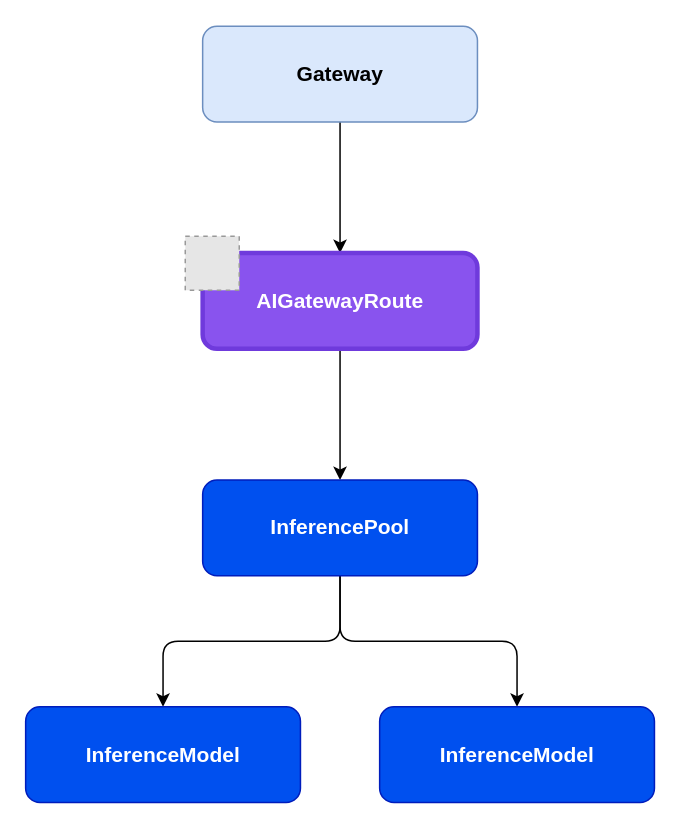
yduwcui/ai-gateway keeps this draw.io diagram as page "aigwroute + inference" (4 of 4) of site/blog/2025/diagram-sources/epp-blog-diagrams.drawio. Above is the earlier version. Source tidied: cells renumbered, new cells numbered last; positions are measured from the earlier drawing's top-left corner, leaving out a move shared by most shapes. Both pictures are drawn from the tidied source at 150%, with x=0, y=0 at pixel (26, 26). Pictures stored in the file or linked from it are replaced by grey dashed boxes.
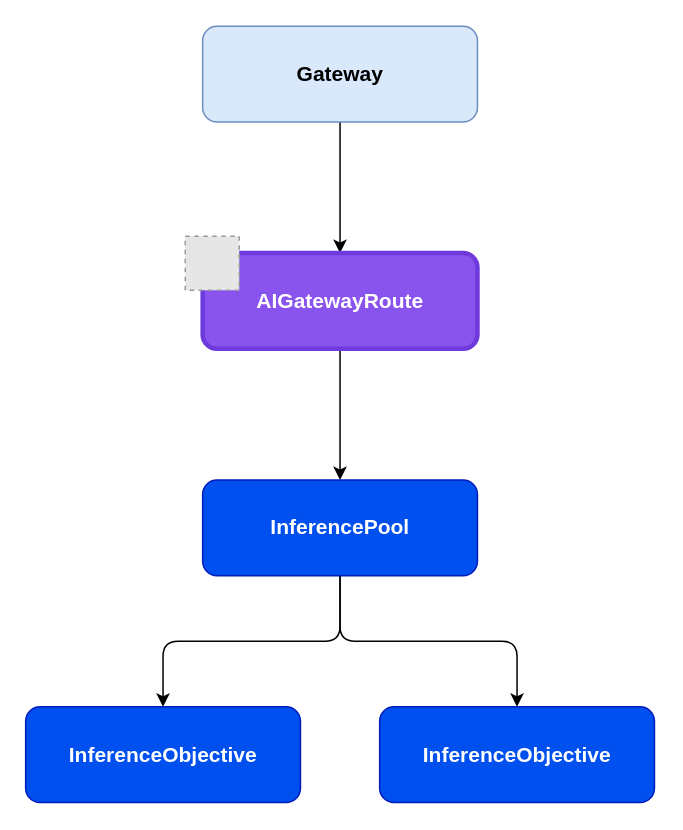
The same page after the edit.

The edit, as a diff of the source:
```diff
@@
 <mxGraphModel>
   <root>
     <mxCell id="0" />
     <mxCell id="1" parent="0" />
     <mxCell id="2" style="edgeStyle=orthogonalEdgeStyle;rounded=0;jettySize=auto;html=1;exitX=0.5;exitY=1;exitDx=0;exitDy=0;" parent="1" edge="1" source="3" target="5">
       <mxGeometry relative="1" as="geometry" />
     </mxCell>
     <mxCell id="3" value="Gateway" style="rounded=1;whiteSpace=wrap;html=1;fillColor=#dae8fc;strokeColor=#6c8ebf;fontStyle=1;verticalAlign=middle;spacingTop=0;fontSize=14;" parent="1" vertex="1">
       <mxGeometry x="117.6" width="183.2" height="63.8" as="geometry" />
     </mxCell>
     <mxCell id="4" style="edgeStyle=orthogonalEdgeStyle;rounded=1;jettySize=auto;html=1;exitX=0.5;exitY=1;exitDx=0;exitDy=0;curved=0;" parent="1" edge="1" source="5" target="8">
       <mxGeometry relative="1" as="geometry" />
     </mxCell>
     <mxCell id="5" value="AIGatewayRoute" style="rounded=1;whiteSpace=wrap;html=1;fillColor=light-dark(#8953ee, #7f61b7);strokeColor=#6F3ADC;fontStyle=1;verticalAlign=middle;spacingTop=0;fontSize=14;fontColor=#ffffff;strokeWidth=3;" parent="1" vertex="1">
       <mxGeometry x="117.6" y="151.2" width="183.2" height="63.8" as="geometry" />
     </mxCell>
     <mxCell id="6" style="edgeStyle=orthogonalEdgeStyle;rounded=1;jettySize=auto;html=1;exitX=0.5;exitY=1;exitDx=0;exitDy=0;curved=0;" parent="1" edge="1" source="8" target="9">
       <mxGeometry relative="1" as="geometry" />
     </mxCell>
     <mxCell id="7" style="edgeStyle=orthogonalEdgeStyle;rounded=1;jettySize=auto;html=1;exitX=0.5;exitY=1;exitDx=0;exitDy=0;curved=0;" parent="1" edge="1" source="8" target="10">
       <mxGeometry relative="1" as="geometry" />
     </mxCell>
     <mxCell id="8" value="InferencePool" style="rounded=1;whiteSpace=wrap;html=1;fillColor=#0050ef;strokeColor=#001DBC;fontStyle=1;verticalAlign=middle;spacingTop=0;fontSize=14;fontColor=#ffffff;" parent="1" vertex="1">
       <mxGeometry x="117.6" y="302.5" width="183.2" height="63.8" as="geometry" />
     </mxCell>
-    <mxCell id="9" value="InferenceModel" style="rounded=1;whiteSpace=wrap;html=1;fillColor=#0050ef;strokeColor=#001DBC;fontStyle=1;verticalAlign=middle;spacingTop=0;fontSize=14;fontColor=#ffffff;" parent="1" vertex="1">
+    <mxCell id="9" value="InferenceObjective" style="rounded=1;whiteSpace=wrap;html=1;fillColor=#0050ef;strokeColor=#001DBC;fontStyle=1;verticalAlign=middle;spacingTop=0;fontSize=14;fontColor=#ffffff;" parent="1" vertex="1">
       <mxGeometry x="-0.4" y="453.7" width="183.2" height="63.8" as="geometry" />
     </mxCell>
-    <mxCell id="10" value="InferenceModel" style="rounded=1;whiteSpace=wrap;html=1;fillColor=#0050ef;strokeColor=#001DBC;fontStyle=1;verticalAlign=middle;spacingTop=0;fontSize=14;fontColor=#ffffff;" parent="1" vertex="1">
+    <mxCell id="10" value="InferenceObjective" style="rounded=1;whiteSpace=wrap;html=1;fillColor=#0050ef;strokeColor=#001DBC;fontStyle=1;verticalAlign=middle;spacingTop=0;fontSize=14;fontColor=#ffffff;" parent="1" vertex="1">
       <mxGeometry x="235.6" y="453.7" width="183.2" height="63.8" as="geometry" />
     </mxCell>
     <mxCell id="11" style="fillColor=#E6E6E6;strokeColor=#999999;dashed=1;verticalLabelPosition=bottom;labelBackgroundColor=default;verticalAlign=top;" parent="1" vertex="1">
       <mxGeometry x="106" y="140" width="36" height="36" as="geometry" />
     </mxCell>
   </root>
 </mxGraphModel>
```
